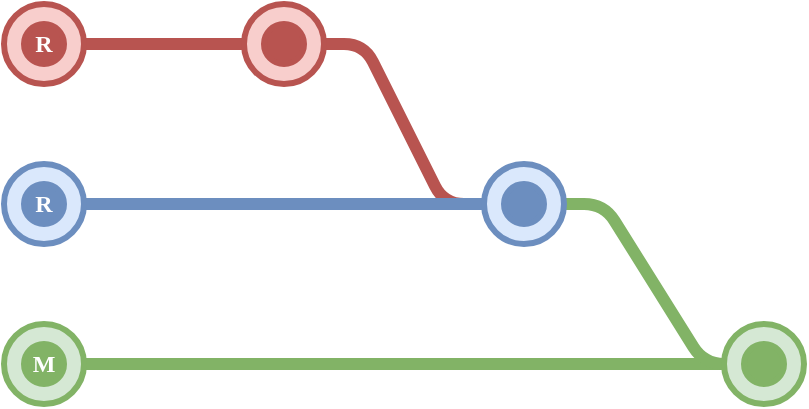
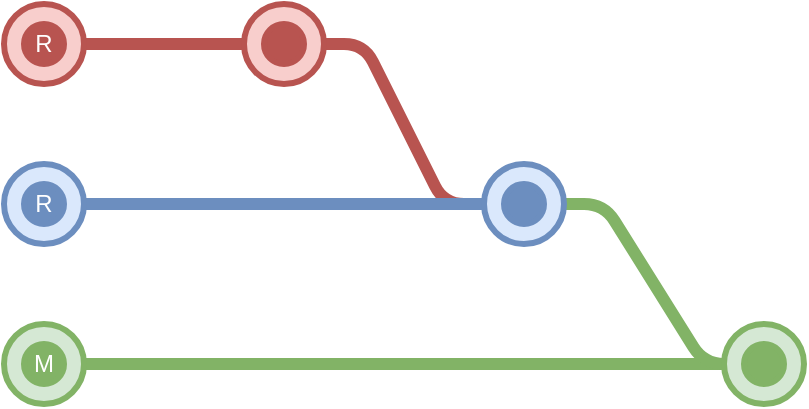
<mxfile host="65bd71144e">
    <diagram id="IYSizDg3lPGSg6YP5dQI" name="Page-1">
-         <mxGraphModel dx="686" dy="1502" grid="1" gridSize="10" guides="1" tooltips="1" connect="1" arrows="1" fold="1" page="1" pageScale="1" pageWidth="1100" pageHeight="850" math="0" shadow="0">
+         <mxGraphModel dx="742" dy="1443" grid="1" gridSize="10" guides="1" tooltips="1" connect="1" arrows="1" fold="1" page="1" pageScale="1" pageWidth="1100" pageHeight="850" math="0" shadow="0">
            <root>
                <mxCell id="0"/>
                <mxCell id="1" parent="0"/>
-                 <mxCell id="9" value="" style="endArrow=none;html=1;strokeWidth=6;fillColor=#f8cecc;strokeColor=#b85450;" edge="1" parent="1" source="15" target="8">
+                 <mxCell id="9" value="" style="endArrow=none;html=1;strokeWidth=6;fillColor=#f8cecc;strokeColor=#b85450;" parent="1" source="15" target="8" edge="1">
                    <mxGeometry width="50" height="50" relative="1" as="geometry">
                        <mxPoint x="140" y="-600" as="sourcePoint"/>
                        <mxPoint x="220" y="-720" as="targetPoint"/>
                    </mxGeometry>
                </mxCell>
-                 <mxCell id="13" value="" style="endArrow=none;html=1;strokeWidth=6;fillColor=#f8cecc;strokeColor=#b85450;edgeStyle=entityRelationEdgeStyle;" edge="1" parent="1" source="8" target="4">
+                 <mxCell id="13" value="" style="endArrow=none;html=1;strokeWidth=6;fillColor=#f8cecc;strokeColor=#b85450;edgeStyle=entityRelationEdgeStyle;" parent="1" source="8" target="4" edge="1">
                    <mxGeometry width="50" height="50" relative="1" as="geometry">
                        <mxPoint x="150" y="-270" as="sourcePoint"/>
                        <mxPoint x="150" y="-430" as="targetPoint"/>
                    </mxGeometry>
                </mxCell>
-                 <mxCell id="10" value="" style="endArrow=none;html=1;strokeWidth=6;fillColor=#d5e8d4;strokeColor=#82b366;" edge="1" parent="1" source="17" target="6">
+                 <mxCell id="10" value="" style="endArrow=none;html=1;strokeWidth=6;fillColor=#d5e8d4;strokeColor=#82b366;" parent="1" source="17" target="6" edge="1">
                    <mxGeometry width="50" height="50" relative="1" as="geometry">
                        <mxPoint x="60" y="-440" as="sourcePoint"/>
                        <mxPoint x="59.5" y="-570" as="targetPoint"/>
                    </mxGeometry>
                </mxCell>
-                 <mxCell id="12" value="" style="endArrow=none;html=1;strokeWidth=6;fillColor=#d5e8d4;strokeColor=#82b366;exitX=0.5;exitY=0.5;exitDx=0;exitDy=0;edgeStyle=entityRelationEdgeStyle;exitPerimeter=0;" edge="1" parent="1" source="6" target="4">
+                 <mxCell id="12" value="" style="endArrow=none;html=1;strokeWidth=6;fillColor=#d5e8d4;strokeColor=#82b366;exitX=0.5;exitY=0.5;exitDx=0;exitDy=0;edgeStyle=entityRelationEdgeStyle;exitPerimeter=0;" parent="1" source="6" target="4" edge="1">
                    <mxGeometry width="50" height="50" relative="1" as="geometry">
                        <mxPoint x="70" y="-430" as="sourcePoint"/>
                        <mxPoint x="350" y="-700" as="targetPoint"/>
                    </mxGeometry>
                </mxCell>
-                 <mxCell id="11" value="" style="endArrow=none;html=1;strokeWidth=6;fillColor=#dae8fc;strokeColor=#6c8ebf;" edge="1" parent="1" source="19" target="4">
+                 <mxCell id="11" value="" style="endArrow=none;html=1;strokeWidth=6;fillColor=#dae8fc;strokeColor=#6c8ebf;" parent="1" source="19" target="4" edge="1">
                    <mxGeometry width="50" height="50" relative="1" as="geometry">
                        <mxPoint x="-20" y="-520" as="sourcePoint"/>
                        <mxPoint y="-600" as="targetPoint"/>
                    </mxGeometry>
                </mxCell>
-                 <mxCell id="3" value="" style="ellipse;whiteSpace=wrap;html=1;aspect=fixed;fillColor=#dae8fc;strokeColor=#6c8ebf;strokeWidth=3;" vertex="1" parent="1">
+                 <mxCell id="3" value="" style="ellipse;whiteSpace=wrap;html=1;aspect=fixed;fillColor=#dae8fc;strokeColor=#6c8ebf;strokeWidth=3;" parent="1" vertex="1">
                    <mxGeometry x="280" y="-720" width="40" height="40" as="geometry"/>
                </mxCell>
-                 <mxCell id="4" value="" style="ellipse;whiteSpace=wrap;html=1;aspect=fixed;fillColor=#6C8EBF;strokeColor=#6c8ebf;strokeWidth=3;" vertex="1" parent="1">
+                 <mxCell id="4" value="" style="ellipse;whiteSpace=wrap;html=1;aspect=fixed;fillColor=#6C8EBF;strokeColor=#6c8ebf;strokeWidth=3;" parent="1" vertex="1">
                    <mxGeometry x="290" y="-710" width="20" height="20" as="geometry"/>
                </mxCell>
-                 <mxCell id="5" value="" style="ellipse;whiteSpace=wrap;html=1;aspect=fixed;fillColor=#d5e8d4;strokeColor=#82b366;strokeWidth=3;" vertex="1" parent="1">
+                 <mxCell id="5" value="" style="ellipse;whiteSpace=wrap;html=1;aspect=fixed;fillColor=#d5e8d4;strokeColor=#82b366;strokeWidth=3;" parent="1" vertex="1">
                    <mxGeometry x="400" y="-640" width="40" height="40" as="geometry"/>
                </mxCell>
-                 <mxCell id="6" value="" style="ellipse;whiteSpace=wrap;html=1;aspect=fixed;fillColor=#82B366;strokeColor=#82b366;strokeWidth=3;" vertex="1" parent="1">
+                 <mxCell id="6" value="" style="ellipse;whiteSpace=wrap;html=1;aspect=fixed;fillColor=#82B366;strokeColor=#82b366;strokeWidth=3;" parent="1" vertex="1">
                    <mxGeometry x="410" y="-630" width="20" height="20" as="geometry"/>
                </mxCell>
-                 <mxCell id="7" value="" style="ellipse;whiteSpace=wrap;html=1;aspect=fixed;fillColor=#f8cecc;strokeColor=#b85450;strokeWidth=3;" vertex="1" parent="1">
+                 <mxCell id="7" value="" style="ellipse;whiteSpace=wrap;html=1;aspect=fixed;fillColor=#f8cecc;strokeColor=#b85450;strokeWidth=3;" parent="1" vertex="1">
                    <mxGeometry x="160" y="-800" width="40" height="40" as="geometry"/>
                </mxCell>
-                 <mxCell id="8" value="" style="ellipse;whiteSpace=wrap;html=1;aspect=fixed;fillColor=#B85450;strokeColor=#b85450;strokeWidth=3;" vertex="1" parent="1">
+                 <mxCell id="8" value="" style="ellipse;whiteSpace=wrap;html=1;aspect=fixed;fillColor=#B85450;strokeColor=#b85450;strokeWidth=3;" parent="1" vertex="1">
                    <mxGeometry x="170" y="-790" width="20" height="20" as="geometry"/>
                </mxCell>
-                 <mxCell id="14" value="" style="ellipse;whiteSpace=wrap;html=1;aspect=fixed;fillColor=#f8cecc;strokeColor=#b85450;strokeWidth=3;" vertex="1" parent="1">
+                 <mxCell id="14" value="" style="ellipse;whiteSpace=wrap;html=1;aspect=fixed;fillColor=#f8cecc;strokeColor=#b85450;strokeWidth=3;fontFamily=Helvetica;fontStyle=0" parent="1" vertex="1">
                    <mxGeometry x="40" y="-800" width="40" height="40" as="geometry"/>
                </mxCell>
-                 <mxCell id="15" value="" style="ellipse;whiteSpace=wrap;html=1;aspect=fixed;fillColor=#B85450;strokeColor=#b85450;strokeWidth=3;" vertex="1" parent="1">
+                 <mxCell id="15" value="" style="ellipse;whiteSpace=wrap;html=1;aspect=fixed;fillColor=#B85450;strokeColor=#b85450;strokeWidth=3;fontFamily=Helvetica;fontStyle=0" parent="1" vertex="1">
                    <mxGeometry x="50" y="-790" width="20" height="20" as="geometry"/>
                </mxCell>
-                 <mxCell id="16" value="" style="ellipse;whiteSpace=wrap;html=1;aspect=fixed;fillColor=#d5e8d4;strokeColor=#82b366;strokeWidth=3;" vertex="1" parent="1">
+                 <mxCell id="16" value="" style="ellipse;whiteSpace=wrap;html=1;aspect=fixed;fillColor=#d5e8d4;strokeColor=#82b366;strokeWidth=3;fontFamily=Helvetica;fontStyle=0" parent="1" vertex="1">
                    <mxGeometry x="40" y="-640" width="40" height="40" as="geometry"/>
                </mxCell>
-                 <mxCell id="17" value="" style="ellipse;whiteSpace=wrap;html=1;aspect=fixed;fillColor=#82B366;strokeColor=#82b366;strokeWidth=3;" vertex="1" parent="1">
+                 <mxCell id="17" value="" style="ellipse;whiteSpace=wrap;html=1;aspect=fixed;fillColor=#82B366;strokeColor=#82b366;strokeWidth=3;fontFamily=Helvetica;fontStyle=0" parent="1" vertex="1">
                    <mxGeometry x="50" y="-630" width="20" height="20" as="geometry"/>
                </mxCell>
-                 <mxCell id="18" value="" style="ellipse;whiteSpace=wrap;html=1;aspect=fixed;fillColor=#dae8fc;strokeColor=#6c8ebf;strokeWidth=3;" vertex="1" parent="1">
+                 <mxCell id="18" value="" style="ellipse;whiteSpace=wrap;html=1;aspect=fixed;fillColor=#dae8fc;strokeColor=#6c8ebf;strokeWidth=3;fontFamily=Helvetica;fontStyle=0" parent="1" vertex="1">
                    <mxGeometry x="40" y="-720" width="40" height="40" as="geometry"/>
                </mxCell>
-                 <mxCell id="19" value="" style="ellipse;whiteSpace=wrap;html=1;aspect=fixed;fillColor=#6C8EBF;strokeColor=#6c8ebf;strokeWidth=3;" vertex="1" parent="1">
+                 <mxCell id="19" value="" style="ellipse;whiteSpace=wrap;html=1;aspect=fixed;fillColor=#6C8EBF;strokeColor=#6c8ebf;strokeWidth=3;fontFamily=Helvetica;fontStyle=0" parent="1" vertex="1">
                    <mxGeometry x="50" y="-710" width="20" height="20" as="geometry"/>
                </mxCell>
-                 <mxCell id="22" value="M" style="text;html=1;align=center;verticalAlign=middle;whiteSpace=wrap;rounded=0;fontColor=#FFFFFF;fontStyle=1;fontSize=12;fontFamily=michroma;fontSource=https%3A%2F%2Ffonts.googleapis.com%2Fcss%3Ffamily%3Dmichroma;" vertex="1" parent="1">
+                 <mxCell id="22" value="M" style="text;html=1;align=center;verticalAlign=middle;whiteSpace=wrap;rounded=0;fontColor=#FFFFFF;fontStyle=0;fontSize=12;fontFamily=Helvetica;" parent="1" vertex="1">
                    <mxGeometry x="45" y="-635" width="30" height="30" as="geometry"/>
                </mxCell>
-                 <mxCell id="23" value="R" style="text;html=1;align=center;verticalAlign=middle;whiteSpace=wrap;rounded=0;fontColor=#FFFFFF;fontStyle=1;fontSize=12;fontFamily=michroma;fontSource=https%3A%2F%2Ffonts.googleapis.com%2Fcss%3Ffamily%3Dmichroma;" vertex="1" parent="1">
+                 <mxCell id="23" value="R" style="text;html=1;align=center;verticalAlign=middle;whiteSpace=wrap;rounded=0;fontColor=#FFFFFF;fontStyle=0;fontSize=12;fontFamily=Helvetica;" parent="1" vertex="1">
                    <mxGeometry x="45" y="-715" width="30" height="30" as="geometry"/>
                </mxCell>
-                 <mxCell id="24" value="R" style="text;html=1;align=center;verticalAlign=middle;whiteSpace=wrap;rounded=0;fontStyle=1;fontSize=12;fontFamily=michroma;fontSource=https%3A%2F%2Ffonts.googleapis.com%2Fcss%3Ffamily%3Dmichroma;fontColor=#FFFFFF;" vertex="1" parent="1">
+                 <mxCell id="24" value="R" style="text;html=1;align=center;verticalAlign=middle;whiteSpace=wrap;rounded=0;fontStyle=0;fontSize=12;fontFamily=Helvetica;fontColor=#FFFFFF;" parent="1" vertex="1">
                    <mxGeometry x="45" y="-795" width="30" height="30" as="geometry"/>
                </mxCell>
            </root>
        </mxGraphModel>
    </diagram>
</mxfile>